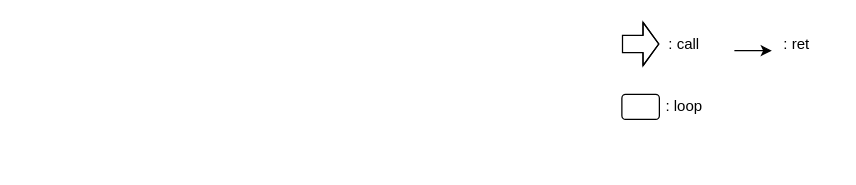
Earlier version of the draw.io diagram GA/selection.drawio (fr0g2s/p). Source tidied: cells renumbered, new cells numbered last; positions are measured from the earlier drawing's top-left corner, leaving out a move shared by most shapes. Both pictures are drawn from the tidied source at 125%, with x=0, y=0 at pixel (621, 25).
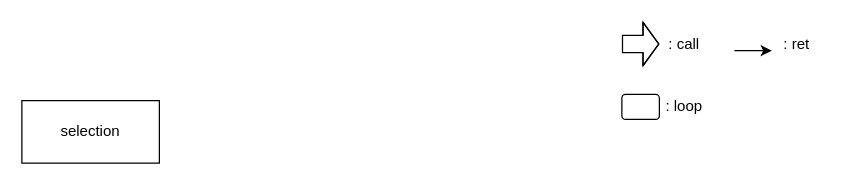
Above is the later version.

Diff of the diagram source:
```diff
@@
 <mxGraphModel>
   <root>
     <mxCell id="0" />
     <mxCell id="1" parent="0" />
     <mxCell id="2" style="shape=flexArrow;endArrow=classic;html=1;rounded=0;strokeWidth=1;edgeStyle=orthogonalEdgeStyle;width=13.714285714285714;endSize=3.8628571428571425;" parent="1" edge="1">
       <mxGeometry relative="1" as="geometry">
         <mxPoint y="14.7" as="sourcePoint" />
         <mxPoint x="30" y="14.7" as="targetPoint" />
         <Array as="points">
           <mxPoint x="10" y="15" />
           <mxPoint x="10" y="15" />
         </Array>
       </mxGeometry>
     </mxCell>
     <mxCell id="3" value=": call" style="text;html=1;strokeColor=none;fillColor=none;align=center;verticalAlign=middle;whiteSpace=wrap;rounded=0;" parent="1" vertex="1">
       <mxGeometry x="20" width="60" height="30" as="geometry" />
     </mxCell>
     <mxCell id="4" style="endArrow=classic;html=1;rounded=0;strokeWidth=1;edgeStyle=orthogonalEdgeStyle;" parent="1" edge="1">
       <mxGeometry relative="1" as="geometry">
         <mxPoint x="90" y="20" as="sourcePoint" />
         <mxPoint x="120" y="20" as="targetPoint" />
       </mxGeometry>
     </mxCell>
     <mxCell id="5" value=": ret" style="text;html=1;strokeColor=none;fillColor=none;align=center;verticalAlign=middle;whiteSpace=wrap;rounded=0;" parent="1" vertex="1">
       <mxGeometry x="110" width="60" height="30" as="geometry" />
     </mxCell>
     <mxCell id="6" style="rounded=1;whiteSpace=wrap;html=1;fillColor=none;strokeColor=default;shadow=0;sketch=0;glass=1;" parent="1" vertex="1">
       <mxGeometry y="55" width="30" height="20" as="geometry" />
     </mxCell>
     <mxCell id="7" value=": loop" style="text;html=1;strokeColor=none;fillColor=none;align=center;verticalAlign=middle;whiteSpace=wrap;rounded=0;" parent="1" vertex="1">
       <mxGeometry x="20" y="50" width="60" height="30" as="geometry" />
     </mxCell>
+    <mxCell id="8" value="selection" style="rounded=0;whiteSpace=wrap;html=1;" parent="1" vertex="1">
+      <mxGeometry x="-480" y="60" width="110" height="50" as="geometry" />
+    </mxCell>
   </root>
 </mxGraphModel>
```
